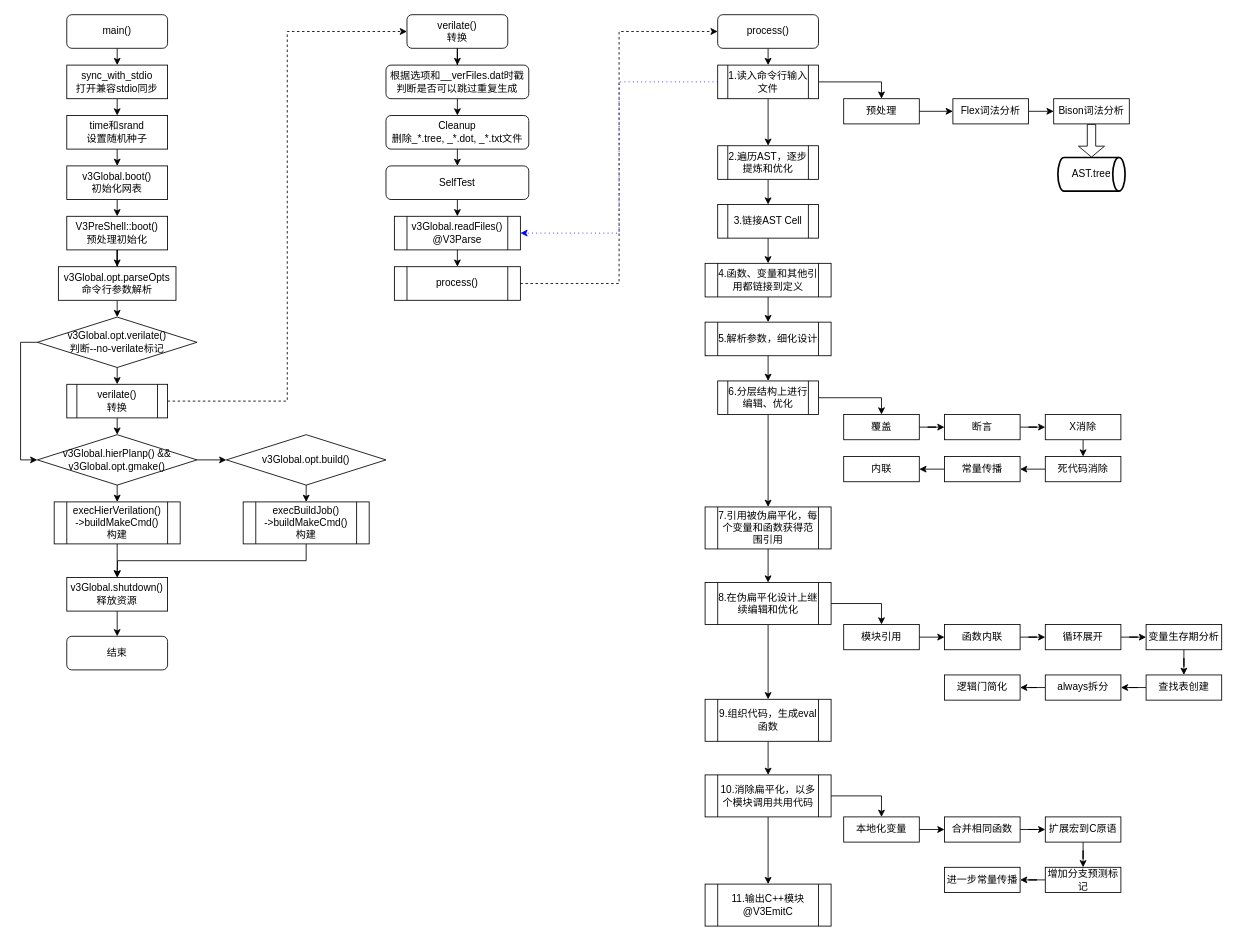
This is verilator_digrams/main().drawio from Dercury/CLDK, a draw.io file, before an edit. Source tidied: cells renumbered, new cells numbered last; positions are measured from the earlier drawing's top-left corner, leaving out a move shared by most shapes. Both pictures are drawn from the tidied source at 84%, with x=0, y=0 at pixel (37, 14).
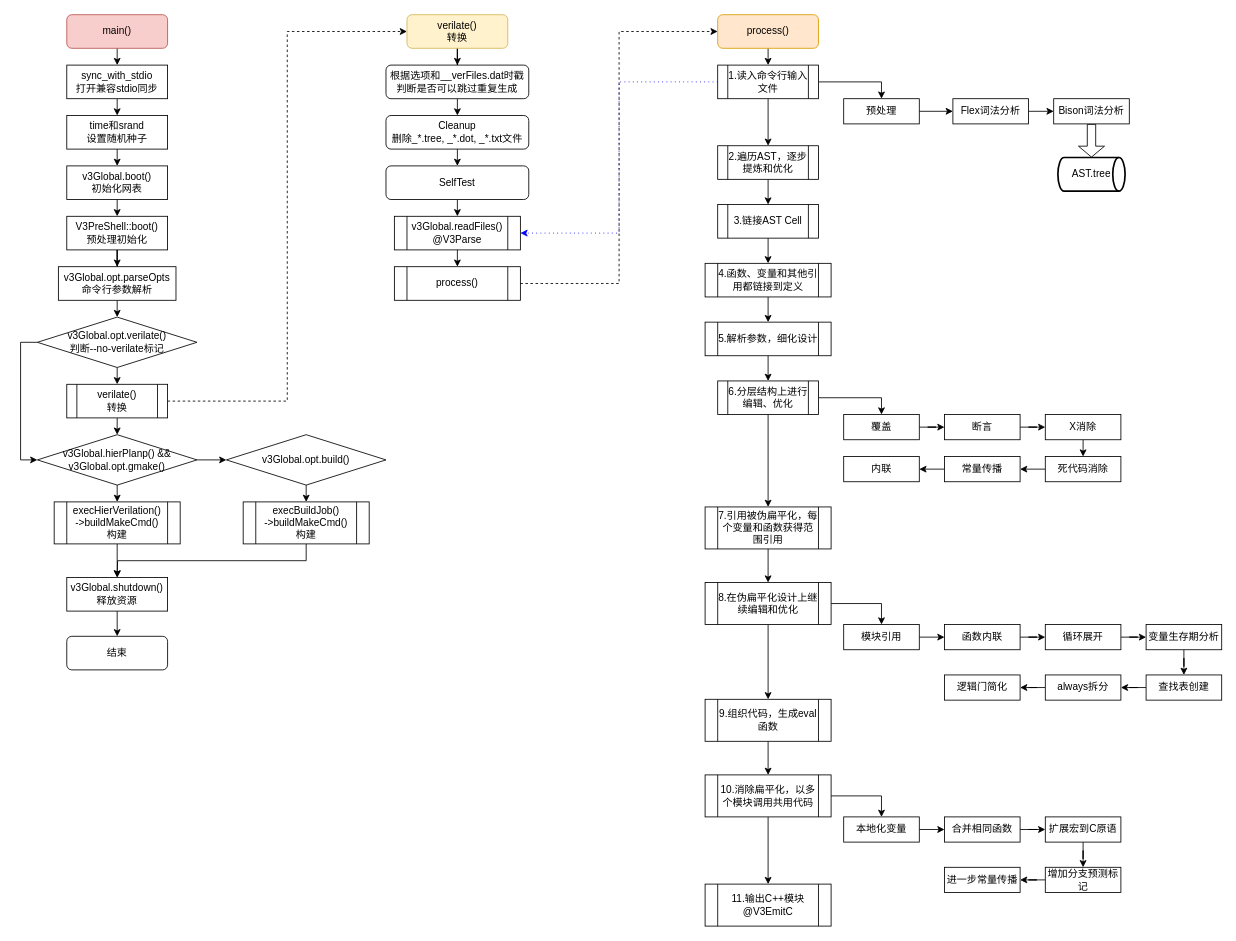
After the change.

The edit, as a diff of the source:
```diff
@@
-    <mxCell id="3" value="main()" style="rounded=1;whiteSpace=wrap;html=1;fontSize=12;glass=0;strokeWidth=1;shadow=0;" parent="1" vertex="1">
+    <mxCell id="3" value="main()" style="rounded=1;whiteSpace=wrap;html=1;fontSize=12;glass=0;strokeWidth=1;shadow=0;fillColor=#f8cecc;strokeColor=#b85450;" parent="1" vertex="1">
       <mxGeometry x="35" width="120" height="40" as="geometry" />
     </mxCell>
@@
-    <mxCell id="49" value="process()" style="rounded=1;whiteSpace=wrap;html=1;fontSize=12;glass=0;strokeWidth=1;shadow=0;" parent="1" vertex="1">
+    <mxCell id="49" value="process()" style="rounded=1;whiteSpace=wrap;html=1;fontSize=12;glass=0;strokeWidth=1;shadow=0;fillColor=#ffe6cc;strokeColor=#d79b00;" parent="1" vertex="1">
       <mxGeometry x="809.9" width="120" height="40" as="geometry" />
     </mxCell>
@@
-    <mxCell id="100" value="verilate()&lt;br&gt;转换" style="rounded=1;whiteSpace=wrap;html=1;fontSize=12;glass=0;strokeWidth=1;shadow=0;" parent="1" vertex="1">
+    <mxCell id="100" value="verilate()&lt;br&gt;转换" style="rounded=1;whiteSpace=wrap;html=1;fontSize=12;glass=0;strokeWidth=1;shadow=0;fillColor=#fff2cc;strokeColor=#d6b656;" parent="1" vertex="1">
       <mxGeometry x="440" width="120" height="40" as="geometry" />
     </mxCell>
```
